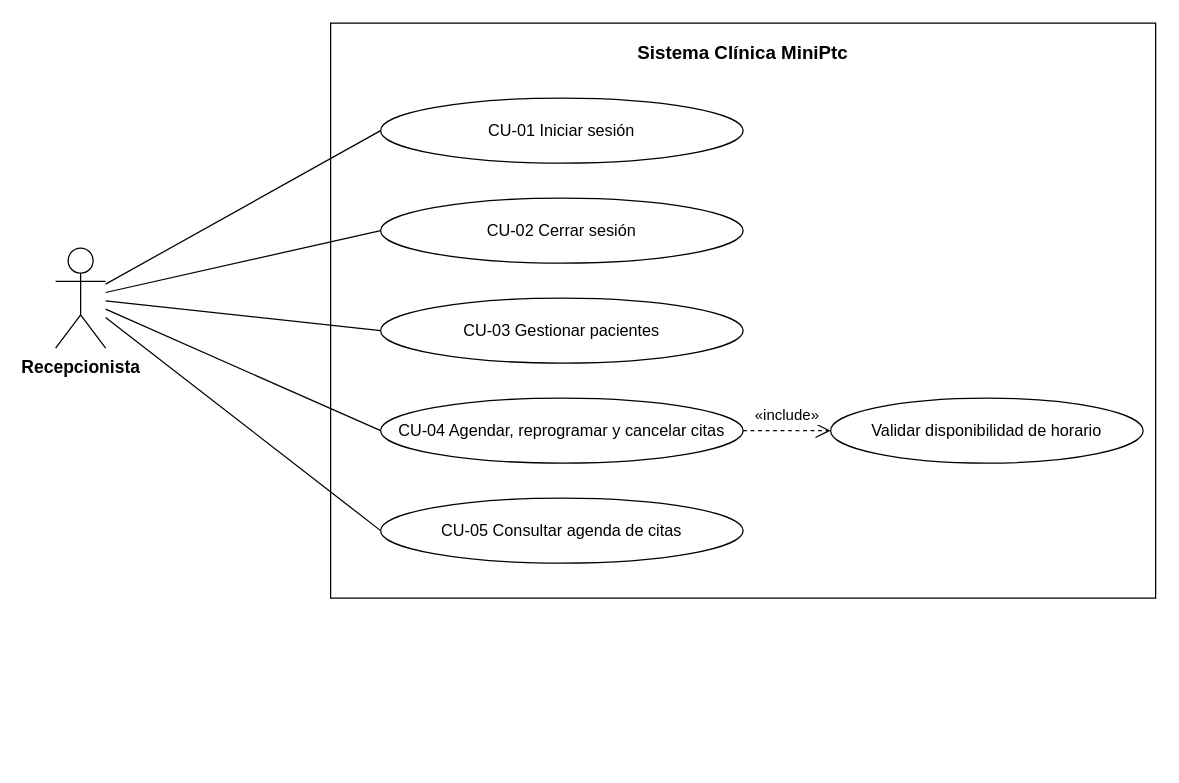
This is page "Casos de uso - Recepcionista" (1 of 3) of ClinicaMiniPtc/Documentacion/CasosDeUso_ClinicaMiniPtc.drawio from lefusotf/mini-ptc, a draw.io file, before an edit. Source tidied: cells renumbered, new cells numbered last; positions are measured from the earlier drawing's top-left corner, leaving out a move shared by most shapes. Both pictures are drawn from the tidied source at 125%, with x=0, y=0 at pixel (55, 22).
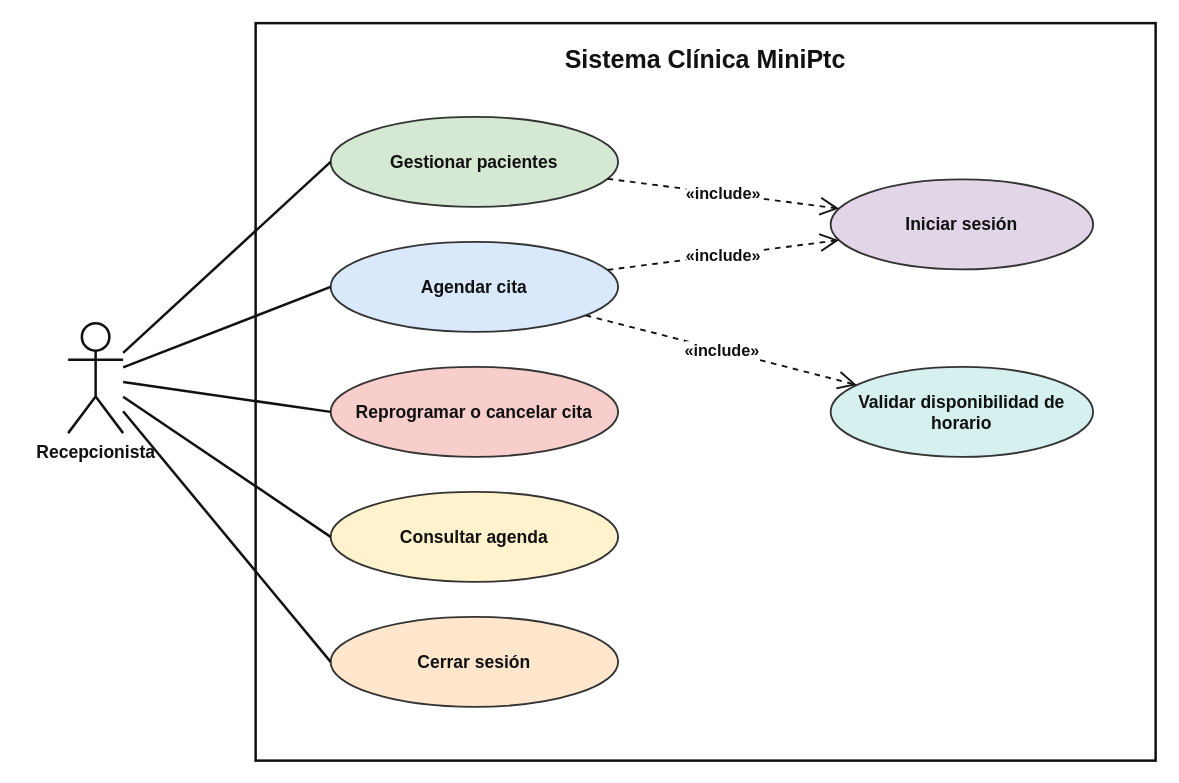
The same diagram, later.

Commit message (it also covers changes not shown here):
Casos de uso en draw.io con el estilo del ejemplo (colores e include/extend)

What changed in the source:
```diff
@@
 <mxGraphModel>
   <root>
     <mxCell id="0" />
     <mxCell id="1" parent="0" />
-    <mxCell id="2" value="Sistema Clínica MiniPtc" style="rounded=0;whiteSpace=wrap;html=1;verticalAlign=top;fontStyle=1;fontSize=15;spacingTop=8;strokeColor=#000000;fontColor=#000000;fillColor=#FFFFFF;" parent="1" vertex="1">
-      <mxGeometry x="220" width="660" height="460" as="geometry" />
+    <mxCell id="2" value="Sistema Clínica MiniPtc" style="rounded=0;whiteSpace=wrap;html=1;verticalAlign=top;fontStyle=1;fontSize=20;spacingTop=10;strokeColor=#111111;strokeWidth=2;fillColor=#FFFFFF;fontColor=#111111;" parent="1" vertex="1">
+      <mxGeometry x="160" width="720" height="590" as="geometry" />
     </mxCell>
-    <mxCell id="3" value="Recepcionista" style="shape=umlActor;verticalLabelPosition=bottom;verticalAlign=top;html=1;outlineConnect=0;fontStyle=1;fontSize=14;strokeColor=#000000;fontColor=#000000;fillColor=#FFFFFF;" parent="1" vertex="1">
-      <mxGeometry y="180" width="40" height="80" as="geometry" />
+    <mxCell id="3" value="Recepcionista" style="shape=umlActor;verticalLabelPosition=bottom;verticalAlign=top;html=1;outlineConnect=0;fontStyle=1;fontSize=14;strokeColor=#111111;strokeWidth=2;fillColor=#FFFFFF;fontColor=#111111;" parent="1" vertex="1">
+      <mxGeometry x="10" y="240" width="44" height="88" as="geometry" />
     </mxCell>
-    <mxCell id="4" value="CU-01 Iniciar sesión" style="ellipse;shape=ellipse;perimeter=ellipsePerimeter;whiteSpace=wrap;html=1;fontSize=13;strokeColor=#000000;fontColor=#000000;fillColor=#FFFFFF;" parent="1" vertex="1">
-      <mxGeometry x="260" y="60" width="290" height="52" as="geometry" />
-    </mxCell>
-    <mxCell id="5" style="endArrow=none;html=1;strokeColor=#000000;entryX=0;entryY=0.5;entryDx=0;entryDy=0;" parent="1" edge="1" source="3" target="4">
-      <mxGeometry relative="1" as="geometry" />
-    </mxCell>
-    <mxCell id="6" value="CU-02 Cerrar sesión" style="ellipse;shape=ellipse;perimeter=ellipsePerimeter;whiteSpace=wrap;html=1;fontSize=13;strokeColor=#000000;fontColor=#000000;fillColor=#FFFFFF;" parent="1" vertex="1">
-      <mxGeometry x="260" y="140" width="290" height="52" as="geometry" />
-    </mxCell>
-    <mxCell id="7" style="endArrow=none;html=1;strokeColor=#000000;entryX=0;entryY=0.5;entryDx=0;entryDy=0;" parent="1" edge="1" source="3" target="6">
-      <mxGeometry relative="1" as="geometry" />
-    </mxCell>
-    <mxCell id="8" value="CU-03 Gestionar pacientes" style="ellipse;shape=ellipse;perimeter=ellipsePerimeter;whiteSpace=wrap;html=1;fontSize=13;strokeColor=#000000;fontColor=#000000;fillColor=#FFFFFF;" parent="1" vertex="1">
-      <mxGeometry x="260" y="220" width="290" height="52" as="geometry" />
-    </mxCell>
-    <mxCell id="9" style="endArrow=none;html=1;strokeColor=#000000;entryX=0;entryY=0.5;entryDx=0;entryDy=0;" parent="1" edge="1" source="3" target="8">
-      <mxGeometry relative="1" as="geometry" />
-    </mxCell>
-    <mxCell id="10" value="CU-04 Agendar, reprogramar y cancelar citas" style="ellipse;shape=ellipse;perimeter=ellipsePerimeter;whiteSpace=wrap;html=1;fontSize=13;strokeColor=#000000;fontColor=#000000;fillColor=#FFFFFF;" parent="1" vertex="1">
-      <mxGeometry x="260" y="300" width="290" height="52" as="geometry" />
-    </mxCell>
-    <mxCell id="11" style="endArrow=none;html=1;strokeColor=#000000;entryX=0;entryY=0.5;entryDx=0;entryDy=0;" parent="1" edge="1" source="3" target="10">
-      <mxGeometry relative="1" as="geometry" />
-    </mxCell>
-    <mxCell id="12" value="CU-05 Consultar agenda de citas" style="ellipse;shape=ellipse;perimeter=ellipsePerimeter;whiteSpace=wrap;html=1;fontSize=13;strokeColor=#000000;fontColor=#000000;fillColor=#FFFFFF;" parent="1" vertex="1">
-      <mxGeometry x="260" y="380" width="290" height="52" as="geometry" />
-    </mxCell>
-    <mxCell id="13" style="endArrow=none;html=1;strokeColor=#000000;entryX=0;entryY=0.5;entryDx=0;entryDy=0;" parent="1" edge="1" source="3" target="12">
-      <mxGeometry relative="1" as="geometry" />
-    </mxCell>
+    <mxCell id="16" value="Gestionar pacientes" style="ellipse;shape=ellipse;perimeter=ellipsePerimeter;whiteSpace=wrap;html=1;fontSize=14;fontStyle=1;strokeColor=#333333;strokeWidth=1.5;fontColor=#111111;fillColor=#D5E8D4;" parent="1" vertex="1">
+      <mxGeometry x="220" y="75" width="230" height="72" as="geometry" />
+    </mxCell>
+    <mxCell id="17" style="endArrow=none;html=1;strokeColor=#111111;strokeWidth=2;entryX=0;entryY=0.5;entryDx=0;entryDy=0;" parent="1" edge="1" source="3" target="16">
+      <mxGeometry relative="1" as="geometry" />
+    </mxCell>
+    <mxCell id="18" value="Agendar cita" style="ellipse;shape=ellipse;perimeter=ellipsePerimeter;whiteSpace=wrap;html=1;fontSize=14;fontStyle=1;strokeColor=#333333;strokeWidth=1.5;fontColor=#111111;fillColor=#DAE8FC;" parent="1" vertex="1">
+      <mxGeometry x="220" y="175" width="230" height="72" as="geometry" />
+    </mxCell>
+    <mxCell id="19" style="endArrow=none;html=1;strokeColor=#111111;strokeWidth=2;entryX=0;entryY=0.5;entryDx=0;entryDy=0;" parent="1" edge="1" source="3" target="18">
+      <mxGeometry relative="1" as="geometry" />
+    </mxCell>
+    <mxCell id="20" value="Reprogramar o cancelar cita" style="ellipse;shape=ellipse;perimeter=ellipsePerimeter;whiteSpace=wrap;html=1;fontSize=14;fontStyle=1;strokeColor=#333333;strokeWidth=1.5;fontColor=#111111;fillColor=#F8CECC;" parent="1" vertex="1">
+      <mxGeometry x="220" y="275" width="230" height="72" as="geometry" />
+    </mxCell>
+    <mxCell id="21" style="endArrow=none;html=1;strokeColor=#111111;strokeWidth=2;entryX=0;entryY=0.5;entryDx=0;entryDy=0;" parent="1" edge="1" source="3" target="20">
+      <mxGeometry relative="1" as="geometry" />
+    </mxCell>
+    <mxCell id="22" value="Consultar agenda" style="ellipse;shape=ellipse;perimeter=ellipsePerimeter;whiteSpace=wrap;html=1;fontSize=14;fontStyle=1;strokeColor=#333333;strokeWidth=1.5;fontColor=#111111;fillColor=#FFF2CC;" parent="1" vertex="1">
+      <mxGeometry x="220" y="375" width="230" height="72" as="geometry" />
+    </mxCell>
+    <mxCell id="23" style="endArrow=none;html=1;strokeColor=#111111;strokeWidth=2;entryX=0;entryY=0.5;entryDx=0;entryDy=0;" parent="1" edge="1" source="3" target="22">
+      <mxGeometry relative="1" as="geometry" />
+    </mxCell>
+    <mxCell id="24" value="Cerrar sesión" style="ellipse;shape=ellipse;perimeter=ellipsePerimeter;whiteSpace=wrap;html=1;fontSize=14;fontStyle=1;strokeColor=#333333;strokeWidth=1.5;fontColor=#111111;fillColor=#FFE6CC;" parent="1" vertex="1">
+      <mxGeometry x="220" y="475" width="230" height="72" as="geometry" />
+    </mxCell>
+    <mxCell id="25" style="endArrow=none;html=1;strokeColor=#111111;strokeWidth=2;entryX=0;entryY=0.5;entryDx=0;entryDy=0;" parent="1" edge="1" source="3" target="24">
+      <mxGeometry relative="1" as="geometry" />
+    </mxCell>
+    <mxCell id="26" value="Iniciar sesión" style="ellipse;shape=ellipse;perimeter=ellipsePerimeter;whiteSpace=wrap;html=1;fontSize=14;fontStyle=1;strokeColor=#333333;strokeWidth=1.5;fontColor=#111111;fillColor=#E1D5E7;" parent="1" vertex="1">
+      <mxGeometry x="620" y="125" width="210" height="72" as="geometry" />
+    </mxCell>
-    <mxCell id="14" value="Validar disponibilidad de horario" style="ellipse;shape=ellipse;perimeter=ellipsePerimeter;whiteSpace=wrap;html=1;fontSize=13;strokeColor=#000000;fontColor=#000000;fillColor=#FFFFFF;" parent="1" vertex="1">
-      <mxGeometry x="620" y="300" width="250" height="52" as="geometry" />
+    <mxCell id="14" value="Validar disponibilidad de horario" style="ellipse;shape=ellipse;perimeter=ellipsePerimeter;whiteSpace=wrap;html=1;fontSize=14;fontStyle=1;strokeColor=#333333;strokeWidth=1.5;fontColor=#111111;fillColor=#D5F0EE;" parent="1" vertex="1">
+      <mxGeometry x="620" y="275" width="210" height="72" as="geometry" />
     </mxCell>
-    <mxCell id="15" value="«include»" style="endArrow=open;dashed=1;html=1;endFill=0;endSize=10;strokeColor=#000000;fontColor=#000000;fontSize=12;labelBackgroundColor=#FFFFFF;" parent="1" edge="1" source="10" target="14">
-      <mxGeometry relative="1" as="geometry">
-        <mxPoint y="-12" as="offset" />
-      </mxGeometry>
+    <mxCell id="15" value="«include»" style="endArrow=open;dashed=1;html=1;endFill=0;endSize=12;strokeColor=#111111;strokeWidth=1.5;fontColor=#111111;fontSize=13;fontStyle=1;labelBackgroundColor=#FFFFFF;" parent="1" edge="1" source="16" target="26">
+      <mxGeometry relative="1" as="geometry" />
     </mxCell>
+    <mxCell id="27" value="«include»" style="endArrow=open;dashed=1;html=1;endFill=0;endSize=12;strokeColor=#111111;strokeWidth=1.5;fontColor=#111111;fontSize=13;fontStyle=1;labelBackgroundColor=#FFFFFF;" parent="1" edge="1" source="18" target="26">
+      <mxGeometry relative="1" as="geometry" />
+    </mxCell>
+    <mxCell id="28" value="«include»" style="endArrow=open;dashed=1;html=1;endFill=0;endSize=12;strokeColor=#111111;strokeWidth=1.5;fontColor=#111111;fontSize=13;fontStyle=1;labelBackgroundColor=#FFFFFF;" parent="1" edge="1" source="18" target="14">
+      <mxGeometry relative="1" as="geometry" />
+    </mxCell>
   </root>
 </mxGraphModel>
```
